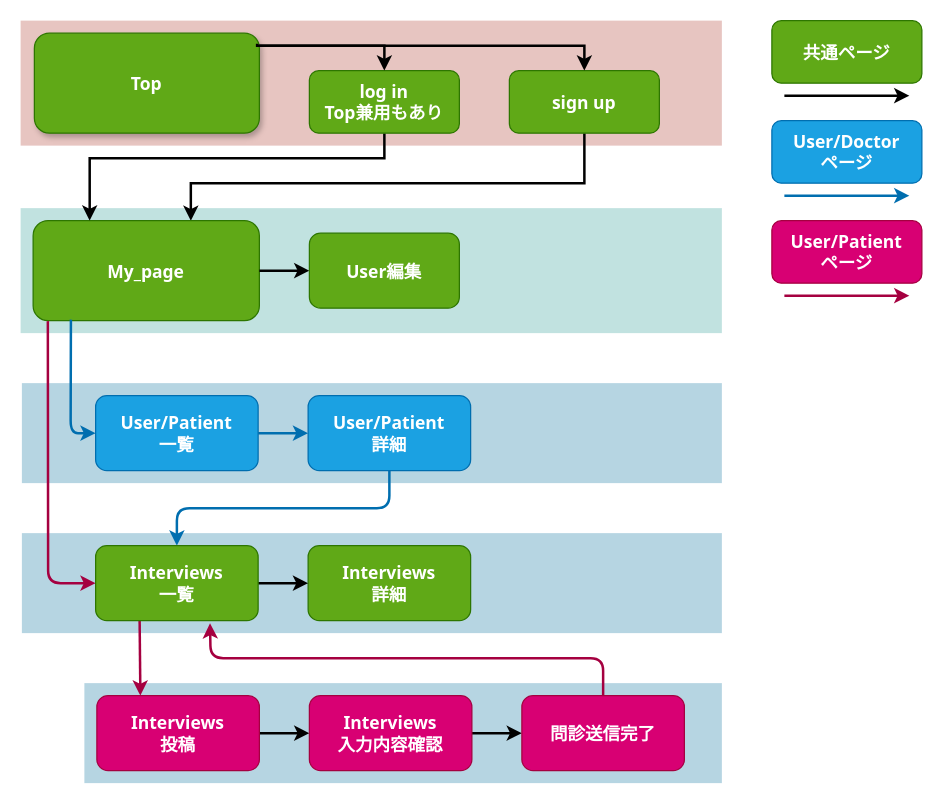
Before: README参考資料/サイトマップ.drawio in wakametarou/COVID-MGR, a draw.io diagram. Source tidied: cells renumbered, new cells numbered last; positions are measured from the earlier drawing's top-left corner, leaving out a move shared by most shapes. Both pictures are drawn from the tidied source at 125%, with x=0, y=0 at pixel (20, 20).
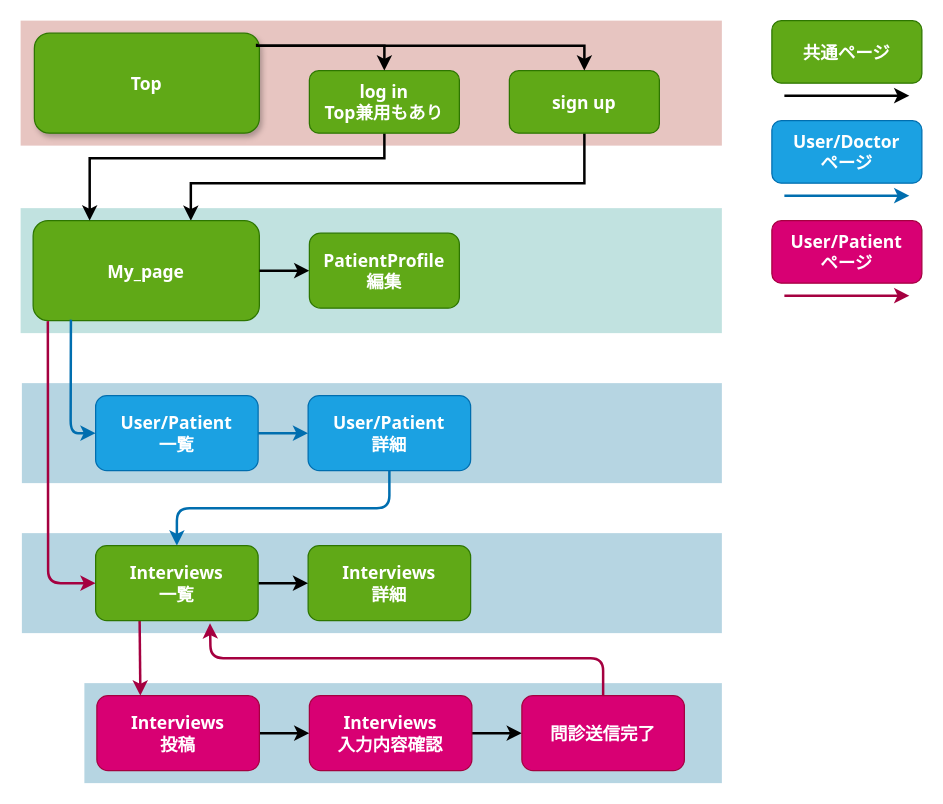
The same page after the edit.

What changed in the source:
```diff
@@
-    <mxCell id="31" value="User編集" style="rounded=1;fillColor=#60a917;strokeColor=#2D7600;fontColor=#ffffff;fontStyle=1;fontFamily=Tahoma;fontSize=14;" parent="1" vertex="1">
+    <mxCell id="31" value="PatientProfile&#10;編集" style="rounded=1;fillColor=#60a917;strokeColor=#2D7600;fontColor=#ffffff;fontStyle=1;fontFamily=Tahoma;fontSize=14;" parent="1" vertex="1">
       <mxGeometry x="231" y="170" width="120" height="60" as="geometry" />
     </mxCell>
```
